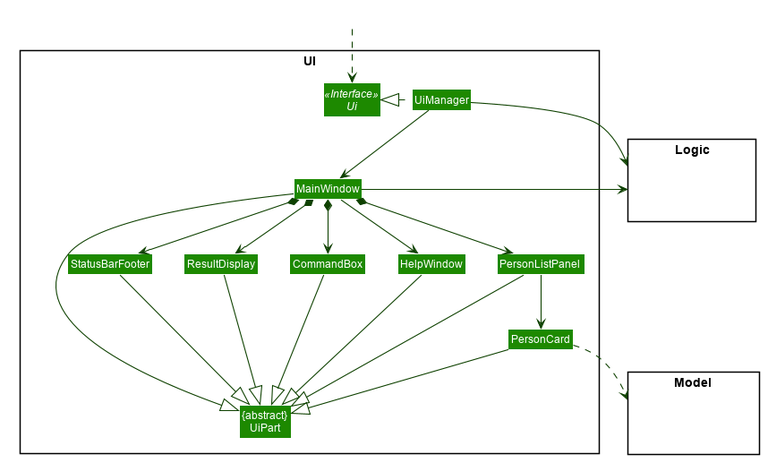
Before: docs/images/UiClassDiagram.png, a diagram exported from PlantUML (nus-cs2103-AY2021S2/tp). Its diagram source:
```plantuml
@startuml








skinparam BackgroundColor #FFFFFFF

skinparam Shadowing false

skinparam Class {
    FontColor #FFFFFF
    BorderThickness 1
    BorderColor #FFFFFF
    StereotypeFontColor #FFFFFF
    FontName Arial
}

skinparam Actor {
    BorderColor #000000
    Color #000000
    FontName Arial
}

skinparam Sequence {
    MessageAlign center
    BoxFontSize 15
    BoxPadding 0
    BoxFontColor #FFFFFF
    FontName Arial
}

skinparam Participant {
    FontColor #FFFFFFF
    Padding 20
}

skinparam MinClassWidth 50
skinparam ParticipantPadding 10
skinparam Shadowing false
skinparam DefaultTextAlignment center
skinparam packageStyle Rectangle

hide footbox
hide members
hide circle
skinparam arrowThickness 1.1
skinparam arrowColor #0E4100
skinparam classBackgroundColor #1D8900

package UI <<Rectangle>>{
Interface Ui <<Interface>>
Class "{abstract}\nUiPart" as UiPart
Class UiManager
Class MainWindow
Class HelpWindow
Class ResultDisplay
Class PersonListPanel
Class PersonCard
Class StatusBarFooter
Class CommandBox
}

package Model <<Rectangle>> {
Class HiddenModel #FFFFFF
}

package Logic <<Rectangle>> {
Class HiddenLogic #FFFFFF
}

Class HiddenOutside #FFFFFF
HiddenOutside ..> Ui

UiManager .left.|> Ui
UiManager -down-> MainWindow
MainWindow --> HelpWindow
MainWindow *-down-> CommandBox
MainWindow *-down-> ResultDisplay
MainWindow *-down-> PersonListPanel
MainWindow *-down-> StatusBarFooter

PersonListPanel -down-> PersonCard

MainWindow -left-|> UiPart

ResultDisplay --|> UiPart
CommandBox --|> UiPart
PersonListPanel --|> UiPart
PersonCard --|> UiPart
StatusBarFooter --|> UiPart
HelpWindow -down-|> UiPart

PersonCard ..> Model
UiManager -right-> Logic
MainWindow -left-> Logic

PersonListPanel -[hidden]left- HelpWindow
HelpWindow -[hidden]left- CommandBox
CommandBox -[hidden]left- ResultDisplay
ResultDisplay -[hidden]left- StatusBarFooter

MainWindow -[hidden]-|> UiPart
@enduml
```
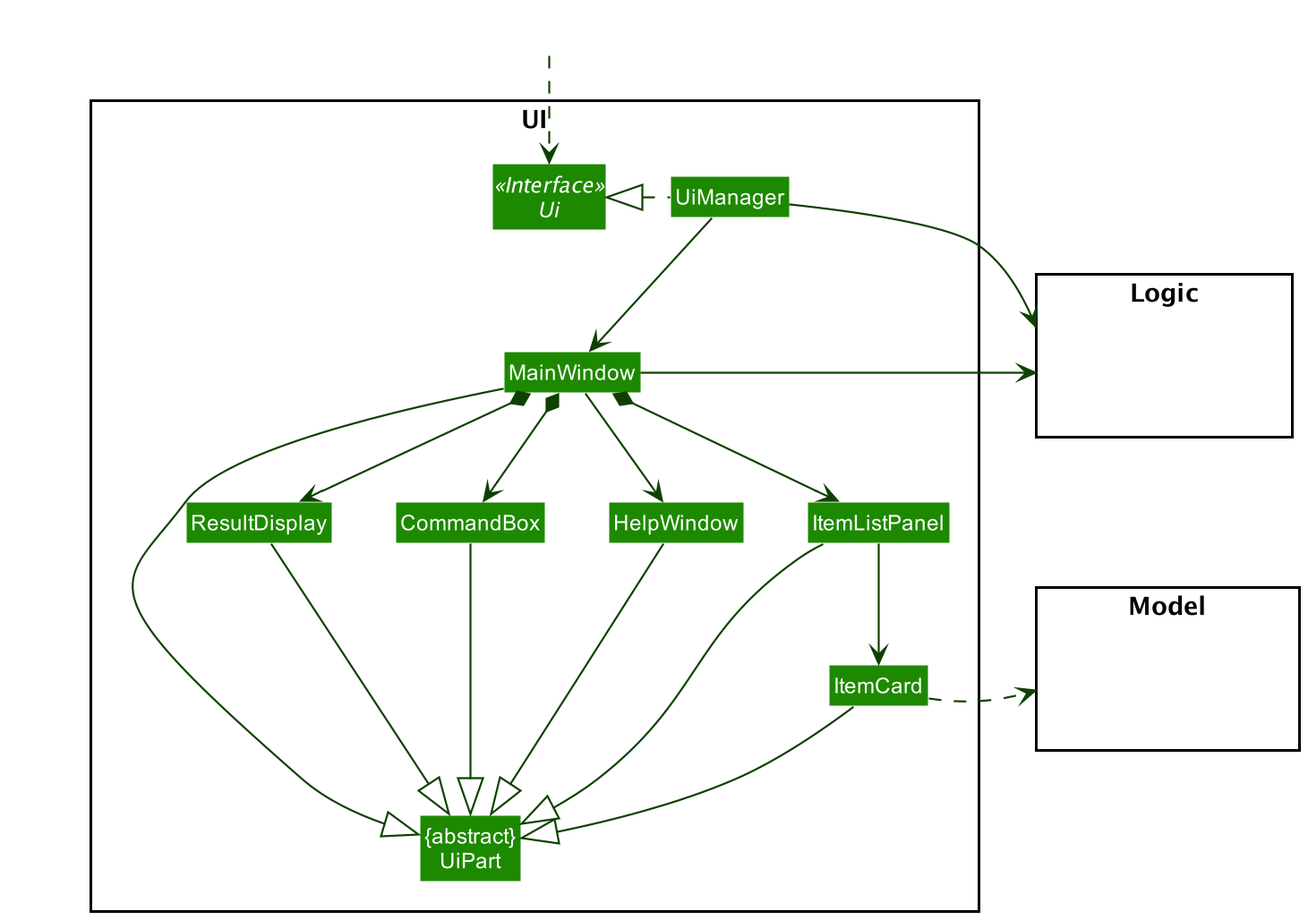
The same file after the commit.

Change to the diagram source:
```diff
@@ -1,55 +1,8 @@
 @startuml
-
-
-
-
-
-
-
-
-skinparam BackgroundColor #FFFFFFF
-
-skinparam Shadowing false
-
-skinparam Class {
-    FontColor #FFFFFF
-    BorderThickness 1
-    BorderColor #FFFFFF
-    StereotypeFontColor #FFFFFF
-    FontName Arial
-}
-
-skinparam Actor {
-    BorderColor #000000
-    Color #000000
-    FontName Arial
-}
-
-skinparam Sequence {
-    MessageAlign center
-    BoxFontSize 15
-    BoxPadding 0
-    BoxFontColor #FFFFFF
-    FontName Arial
-}
-
-skinparam Participant {
-    FontColor #FFFFFFF
-    Padding 20
-}
-
-skinparam MinClassWidth 50
-skinparam ParticipantPadding 10
-skinparam Shadowing false
-skinparam DefaultTextAlignment center
-skinparam packageStyle Rectangle
-
-hide footbox
-hide members
-hide circle
+!include style.puml
 skinparam arrowThickness 1.1
-skinparam arrowColor #0E4100
-skinparam classBackgroundColor #1D8900
+skinparam arrowColor UI_COLOR_T4
+skinparam classBackgroundColor UI_COLOR
 
 package UI <<Rectangle>>{
 Interface Ui <<Interface>>
@@ -58,9 +11,8 @@
 Class MainWindow
 Class HelpWindow
 Class ResultDisplay
-Class PersonListPanel
-Class PersonCard
-Class StatusBarFooter
+Class ItemListPanel
+Class ItemCard
 Class CommandBox
 }
 
@@ -77,31 +29,28 @@
 
 UiManager .left.|> Ui
 UiManager -down-> MainWindow
-MainWindow --> HelpWindow
+MainWindow -down-> HelpWindow
 MainWindow *-down-> CommandBox
 MainWindow *-down-> ResultDisplay
-MainWindow *-down-> PersonListPanel
-MainWindow *-down-> StatusBarFooter
+MainWindow *-down-> ItemListPanel
 
-PersonListPanel -down-> PersonCard
+ItemListPanel -down-> ItemCard
 
 MainWindow -left-|> UiPart
 
-ResultDisplay --|> UiPart
-CommandBox --|> UiPart
-PersonListPanel --|> UiPart
-PersonCard --|> UiPart
-StatusBarFooter --|> UiPart
+ResultDisplay -down-|> UiPart
+CommandBox -down-|> UiPart
+ItemListPanel -down-|> UiPart
+ItemCard -down-|> UiPart
 HelpWindow -down-|> UiPart
 
-PersonCard ..> Model
+ItemCard .right.> Model
 UiManager -right-> Logic
-MainWindow -left-> Logic
+MainWindow -right-> Logic
 
-PersonListPanel -[hidden]left- HelpWindow
+ItemListPanel -[hidden]left- HelpWindow
 HelpWindow -[hidden]left- CommandBox
 CommandBox -[hidden]left- ResultDisplay
-ResultDisplay -[hidden]left- StatusBarFooter
 
 MainWindow -[hidden]-|> UiPart
 @enduml
```
